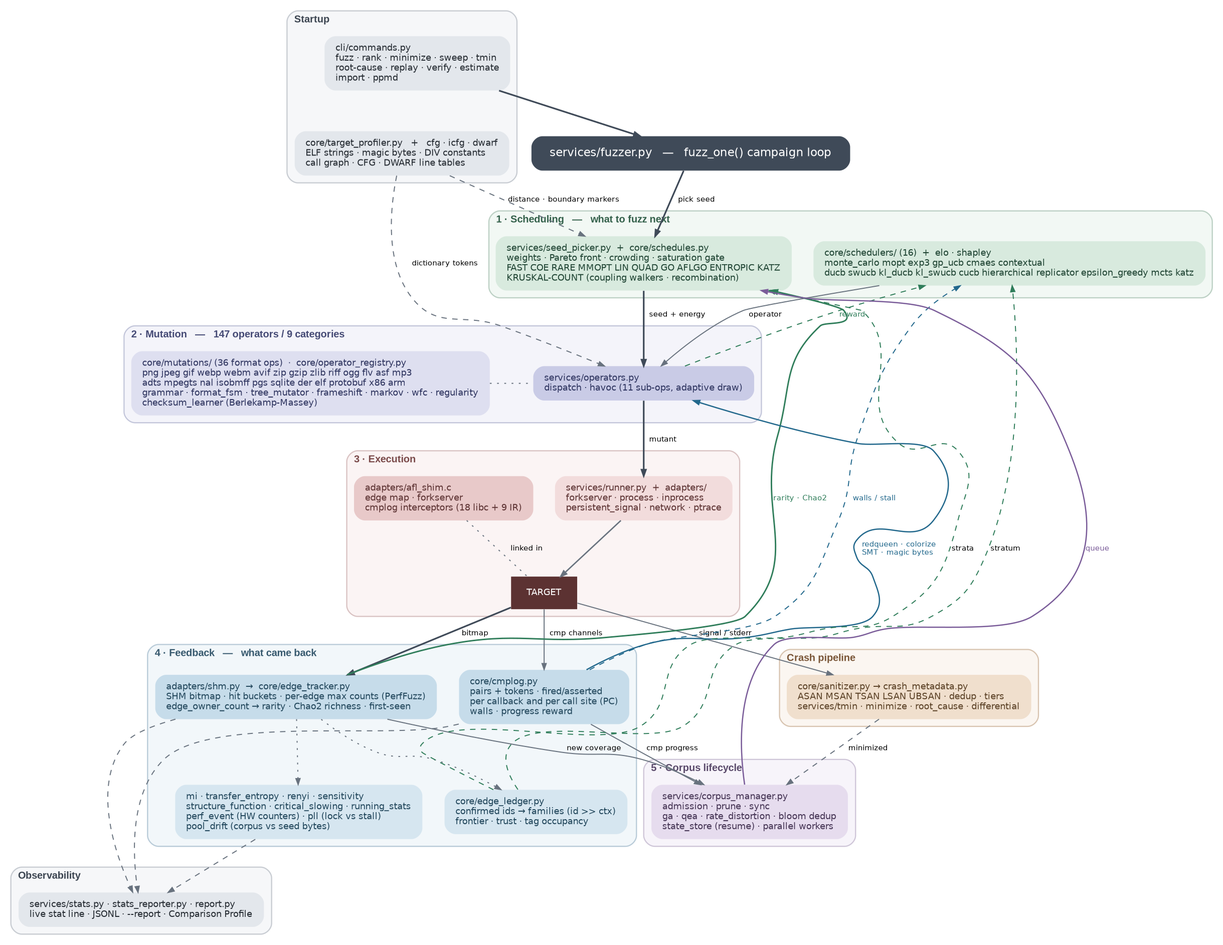
The Graphviz diagram docs/images/architecture.png in daedalus/fuzzer, before a commit. Its source is kept beside it as docs/architecture.dot.
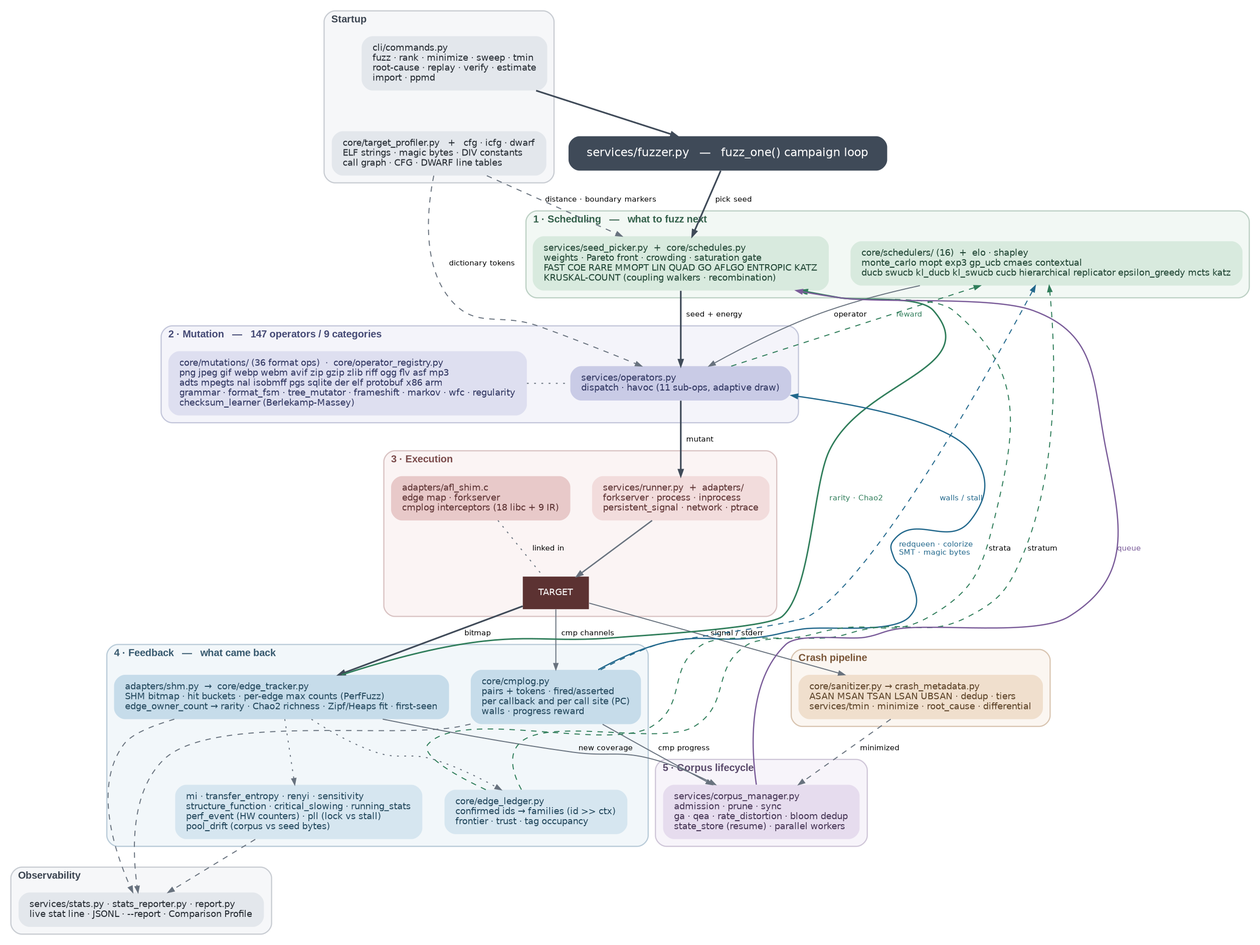
After the commit.

Commit message:
feat(zipf): power-law tail + Heaps fit; veto Chao2 saturation gate

The edit, as a diff of the source:
```diff
@@ -60,7 +60,7 @@
     subgraph cluster_fb {
         label="4 · Feedback   —   what came back";
         color="#b9cbd8"; fillcolor="#f2f7fa"; fontcolor="#37596e";
-        cov [label="adapters/shm.py  →  core/edge_tracker.py\lSHM bitmap · hit buckets · per-edge max counts (PerfFuzz)\ledge_owner_count → rarity · Chao2 richness · first-seen\l",
+        cov [label="adapters/shm.py  →  core/edge_tracker.py\lSHM bitmap · hit buckets · per-edge max counts (PerfFuzz)\ledge_owner_count → rarity · Chao2 richness · Zipf/Heaps fit · first-seen\l",
              fillcolor="#c6dcea", fontcolor="#22475c"];
         cmplog [label="core/cmplog.py\lpairs + tokens · fired/asserted\lper callback and per call site (PC)\lwalls · progress reward\l",
                 fillcolor="#c6dcea", fontcolor="#22475c"];
```
